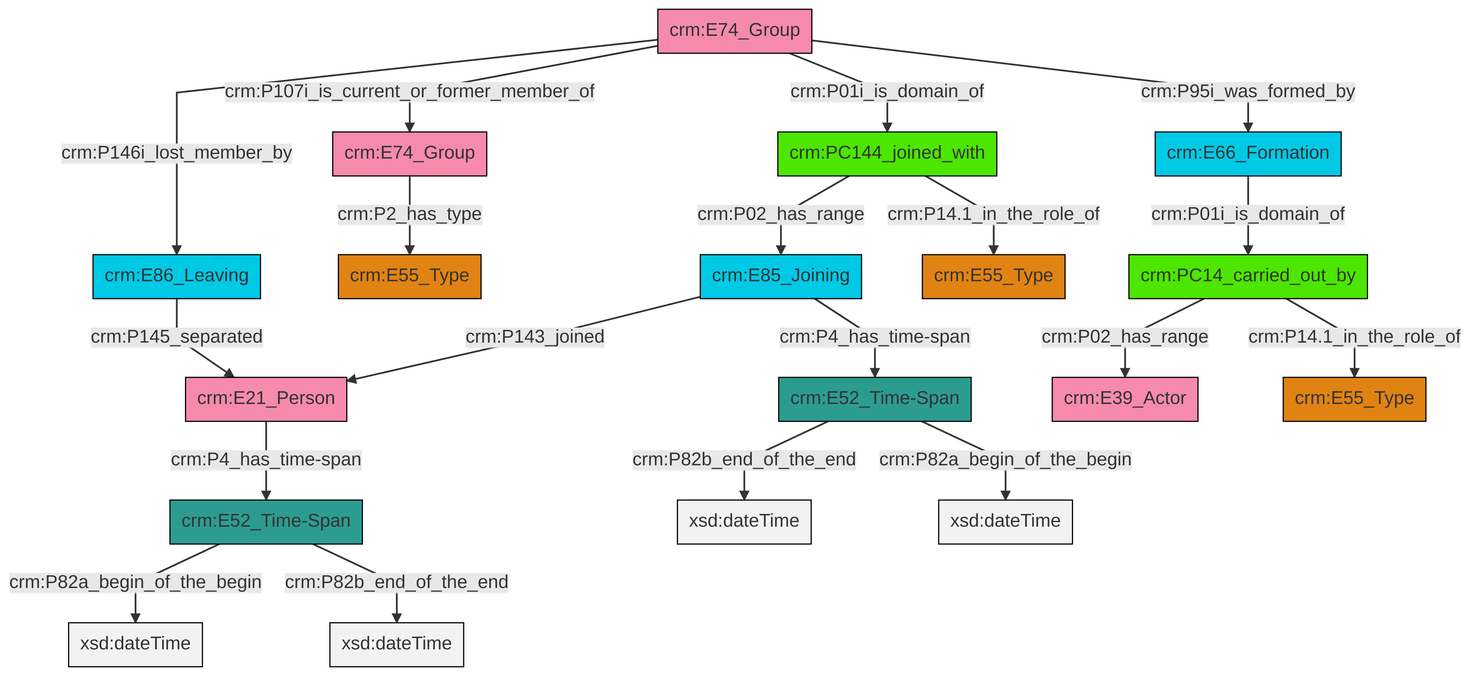
Above: et/groupCSV/ttl/mmd/png/group_actor_relations.png in swiss-art-research-net/docs.swissartresearch (Mermaid), before the change. Its source is kept beside it as et/groupCSV/ttl/mmd/group_actor_relations.ttl.mmd.
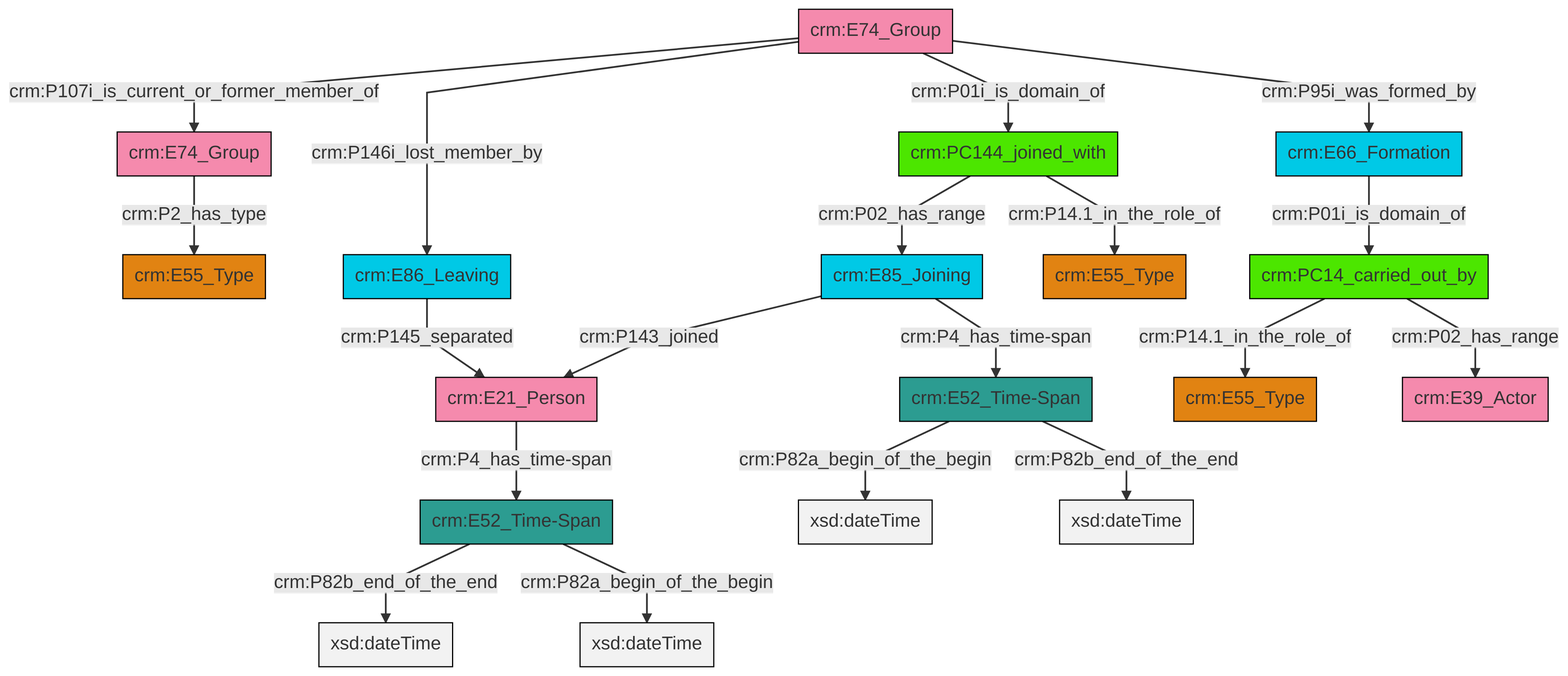
The same file after the commit.

The edit, as a diff of the source:
```diff
@@ -13,21 +13,21 @@
 classDef PC_Classes fill:#4ce600, stroke:#000000;
 classDef Multi fill:#cccccc,stroke:#000000;
 
-0["crm:E66_Formation"]:::Temporal_Entity -->|crm:P01i_is_domain_of| 1["crm:PC14_carried_out_by"]:::PC_Classes
-4["crm:PC144_joined_with"]:::PC_Classes -->|crm:P02_has_range| 5["crm:E85_Joining"]:::Temporal_Entity
-8["crm:E52_Time-Span"]:::Time-Span -->|crm:P82a_begin_of_the_begin| 10[xsd:dateTime]:::Literal
-5["crm:E85_Joining"]:::Temporal_Entity -->|crm:P143_joined| 11["crm:E21_Person"]:::Actor
-4["crm:PC144_joined_with"]:::PC_Classes -->|crm:P14.1_in_the_role_of| 6["crm:E55_Type"]:::Type
-12["crm:E52_Time-Span"]:::Time-Span -->|crm:P82b_end_of_the_end| 13[xsd:dateTime]:::Literal
-12["crm:E52_Time-Span"]:::Time-Span -->|crm:P82a_begin_of_the_begin| 17[xsd:dateTime]:::Literal
-1["crm:PC14_carried_out_by"]:::PC_Classes -->|crm:P02_has_range| 18["crm:E39_Actor"]:::Actor
-20["crm:E74_Group"]:::Actor -->|crm:P146i_lost_member_by| 21["crm:E86_Leaving"]:::Temporal_Entity
-8["crm:E52_Time-Span"]:::Time-Span -->|crm:P82b_end_of_the_end| 22[xsd:dateTime]:::Literal
-20["crm:E74_Group"]:::Actor -->|crm:P107i_is_current_or_former_member_of| 23["crm:E74_Group"]:::Actor
-5["crm:E85_Joining"]:::Temporal_Entity -->|crm:P4_has_time-span| 12["crm:E52_Time-Span"]:::Time-Span
-1["crm:PC14_carried_out_by"]:::PC_Classes -->|crm:P14.1_in_the_role_of| 15["crm:E55_Type"]:::Type
-21["crm:E86_Leaving"]:::Temporal_Entity -->|crm:P145_separated| 11["crm:E21_Person"]:::Actor
-23["crm:E74_Group"]:::Actor -->|crm:P2_has_type| 25["crm:E55_Type"]:::Type
-11["crm:E21_Person"]:::Actor -->|crm:P4_has_time-span| 8["crm:E52_Time-Span"]:::Time-Span
-20["crm:E74_Group"]:::Actor -->|crm:P01i_is_domain_of| 4["crm:PC144_joined_with"]:::PC_Classes
-20["crm:E74_Group"]:::Actor -->|crm:P95i_was_formed_by| 0["crm:E66_Formation"]:::Temporal_Entity
+2["crm:E52_Time-Span"]:::Time-Span -->|crm:P82b_end_of_the_end| 3[xsd:dateTime]:::Literal
+6["crm:E85_Joining"]:::Temporal_Entity -->|crm:P4_has_time-span| 7["crm:E52_Time-Span"]:::Time-Span
+14["crm:PC144_joined_with"]:::PC_Classes -->|crm:P14.1_in_the_role_of| 15["crm:E55_Type"]:::Type
+16["crm:E74_Group"]:::Actor -->|crm:P107i_is_current_or_former_member_of| 8["crm:E74_Group"]:::Actor
+16["crm:E74_Group"]:::Actor -->|crm:P146i_lost_member_by| 4["crm:E86_Leaving"]:::Temporal_Entity
+7["crm:E52_Time-Span"]:::Time-Span -->|crm:P82a_begin_of_the_begin| 18[xsd:dateTime]:::Literal
+16["crm:E74_Group"]:::Actor -->|crm:P01i_is_domain_of| 14["crm:PC144_joined_with"]:::PC_Classes
+4["crm:E86_Leaving"]:::Temporal_Entity -->|crm:P145_separated| 10["crm:E21_Person"]:::Actor
+8["crm:E74_Group"]:::Actor -->|crm:P2_has_type| 0["crm:E55_Type"]:::Type
+7["crm:E52_Time-Span"]:::Time-Span -->|crm:P82b_end_of_the_end| 22[xsd:dateTime]:::Literal
+12["crm:E66_Formation"]:::Temporal_Entity -->|crm:P01i_is_domain_of| 23["crm:PC14_carried_out_by"]:::PC_Classes
+10["crm:E21_Person"]:::Actor -->|crm:P4_has_time-span| 2["crm:E52_Time-Span"]:::Time-Span
+14["crm:PC144_joined_with"]:::PC_Classes -->|crm:P02_has_range| 6["crm:E85_Joining"]:::Temporal_Entity
+6["crm:E85_Joining"]:::Temporal_Entity -->|crm:P143_joined| 10["crm:E21_Person"]:::Actor
+16["crm:E74_Group"]:::Actor -->|crm:P95i_was_formed_by| 12["crm:E66_Formation"]:::Temporal_Entity
+2["crm:E52_Time-Span"]:::Time-Span -->|crm:P82a_begin_of_the_begin| 30[xsd:dateTime]:::Literal
+23["crm:PC14_carried_out_by"]:::PC_Classes -->|crm:P14.1_in_the_role_of| 24["crm:E55_Type"]:::Type
+23["crm:PC14_carried_out_by"]:::PC_Classes -->|crm:P02_has_range| 32["crm:E39_Actor"]:::Actor
```
